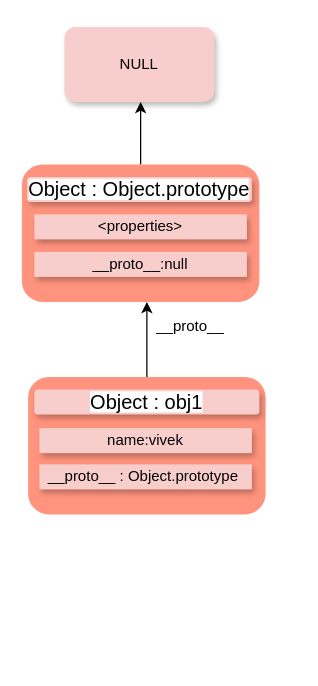
isVivek99/vivek-lokhande-sites keeps this draw.io diagram as Untitled Diagram.drawio. Above is the earlier version. Source tidied: cells renumbered, new cells numbered last; positions are measured from the earlier drawing's top-left corner, leaving out a move shared by most shapes. Both pictures are drawn from the tidied source at 125%, with x=0, y=0 at pixel (21, 26).
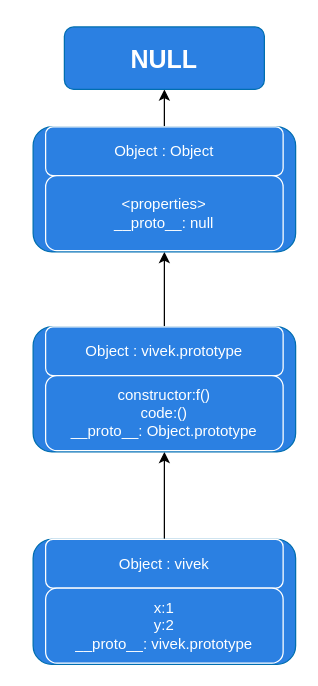
Above is the later version.

What changed in the source:
```diff
@@
 <mxGraphModel>
   <root>
     <mxCell id="0" />
     <mxCell id="1" parent="0" />
-    <mxCell id="2" style="edgeStyle=orthogonalEdgeStyle;rounded=0;jettySize=auto;html=1;" parent="1" edge="1" source="3">
-      <mxGeometry relative="1" as="geometry">
-        <mxPoint x="100" y="220" as="targetPoint" />
-      </mxGeometry>
-    </mxCell>
-    <mxCell id="3" style="rounded=1;whiteSpace=wrap;html=1;fillColor=#FF937D;strokeColor=none;" parent="1" vertex="1">
-      <mxGeometry x="5" y="280" width="190" height="110" as="geometry" />
-    </mxCell>
-    <mxCell id="4" value="&lt;font style=&quot;font-size: 16px ; background-color: rgb(255 , 255 , 255)&quot;&gt;Object : obj1&lt;/font&gt;" style="text;html=1;fillColor=#f8cecc;align=center;verticalAlign=middle;whiteSpace=wrap;rounded=1;shadow=1;glass=0;sketch=0;" parent="1" vertex="1">
-      <mxGeometry x="10" y="290" width="180" height="20" as="geometry" />
-    </mxCell>
-    <mxCell id="5" value="name:vivek" style="text;html=1;align=center;verticalAlign=middle;whiteSpace=wrap;rounded=0;shadow=1;glass=0;sketch=0;fillColor=#F8CECC;" parent="1" vertex="1">
-      <mxGeometry x="14" y="321" width="170" height="20" as="geometry" />
-    </mxCell>
-    <mxCell id="6" value="__proto__ : Object.prototype&amp;nbsp;" style="text;html=1;align=center;verticalAlign=middle;whiteSpace=wrap;rounded=0;shadow=1;glass=0;sketch=0;fillColor=#F8CECC;" parent="1" vertex="1">
-      <mxGeometry x="14" y="350" width="170" height="20" as="geometry" />
-    </mxCell>
-    <mxCell id="7" value="__proto__" style="text;html=1;strokeColor=none;fillColor=none;align=center;verticalAlign=middle;whiteSpace=wrap;rounded=0;shadow=1;glass=0;sketch=0;" parent="1" vertex="1">
-      <mxGeometry x="115" y="230" width="40" height="20" as="geometry" />
-    </mxCell>
-    <mxCell id="8" style="edgeStyle=orthogonalEdgeStyle;rounded=0;jettySize=auto;html=1;exitX=0.5;exitY=0;exitDx=0;exitDy=0;" parent="1" edge="1" source="9">
-      <mxGeometry relative="1" as="geometry">
-        <mxPoint x="95" y="60" as="targetPoint" />
-      </mxGeometry>
-    </mxCell>
-    <mxCell id="9" style="rounded=1;whiteSpace=wrap;html=1;fillColor=#FF937D;strokeColor=none;" parent="1" vertex="1">
-      <mxGeometry y="110" width="190" height="110" as="geometry" />
-    </mxCell>
-    <mxCell id="10" value="&lt;font style=&quot;font-size: 16px ; background-color: rgb(255 , 255 , 255)&quot;&gt;Object : Object.prototype&lt;/font&gt;" style="text;html=1;align=center;verticalAlign=middle;whiteSpace=wrap;rounded=1;shadow=1;glass=0;sketch=0;fillColor=#F8CECC;" parent="1" vertex="1">
-      <mxGeometry x="4" y="120" width="180" height="20" as="geometry" />
-    </mxCell>
-    <mxCell id="11" value="&amp;lt;properties&amp;gt;" style="text;html=1;align=center;verticalAlign=middle;whiteSpace=wrap;rounded=0;shadow=1;glass=0;sketch=0;fillColor=#F8CECC;" parent="1" vertex="1">
-      <mxGeometry x="10" y="150" width="170" height="20" as="geometry" />
-    </mxCell>
-    <mxCell id="12" value="__proto__:null" style="text;html=1;align=center;verticalAlign=middle;whiteSpace=wrap;rounded=0;shadow=1;glass=0;sketch=0;fillColor=#F8CECC;" parent="1" vertex="1">
-      <mxGeometry x="10" y="180" width="170" height="20" as="geometry" />
-    </mxCell>
+    <mxCell id="14" style="edgeStyle=orthogonalEdgeStyle;rounded=0;jettySize=auto;html=1;" parent="1" edge="1" source="15">
+      <mxGeometry relative="1" as="geometry">
+        <mxPoint x="114" y="340" as="targetPoint" />
+      </mxGeometry>
+    </mxCell>
+    <mxCell id="15" style="rounded=1;whiteSpace=wrap;html=1;strokeColor=#006EAF;fontColor=#ffffff;fillColor=#2B80E2;" parent="1" vertex="1">
+      <mxGeometry x="9" y="410" width="210" height="100" as="geometry" />
+    </mxCell>
+    <mxCell id="16" value="Object : vivek" style="rounded=1;whiteSpace=wrap;html=1;fontColor=#ffffff;fillColor=#2B80E2;strokeColor=#FFFFFF;" parent="1" vertex="1">
+      <mxGeometry x="19" y="410" width="190" height="39" as="geometry" />
+    </mxCell>
+    <mxCell id="17" value="&lt;font color=&quot;#ffffff&quot;&gt;x:1&lt;br&gt;y:2&lt;br&gt;__proto__: vivek.prototype&lt;/font&gt;" style="rounded=1;whiteSpace=wrap;html=1;strokeColor=#FFFFFF;fillColor=#2B80E2;gradientColor=none;" parent="1" vertex="1">
+      <mxGeometry x="19" y="449" width="190" height="60" as="geometry" />
+    </mxCell>
+    <mxCell id="18" style="edgeStyle=orthogonalEdgeStyle;rounded=0;jettySize=auto;html=1;" parent="1" edge="1" source="19">
+      <mxGeometry relative="1" as="geometry">
+        <mxPoint x="114" y="180" as="targetPoint" />
+      </mxGeometry>
+    </mxCell>
+    <mxCell id="19" style="rounded=1;whiteSpace=wrap;html=1;strokeColor=#006EAF;fontColor=#ffffff;fillColor=#2B80E2;" parent="1" vertex="1">
+      <mxGeometry x="9" y="240" width="210" height="100" as="geometry" />
+    </mxCell>
+    <mxCell id="20" value="Object : vivek.prototype" style="rounded=1;whiteSpace=wrap;html=1;fontColor=#ffffff;fillColor=#2B80E2;strokeColor=#FFFFFF;" parent="1" vertex="1">
+      <mxGeometry x="19" y="240" width="190" height="39" as="geometry" />
+    </mxCell>
+    <mxCell id="21" value="&lt;font color=&quot;#ffffff&quot;&gt;constructor:f()&lt;br&gt;code:()&lt;br&gt;__proto__: Object.prototype&lt;/font&gt;" style="rounded=1;whiteSpace=wrap;html=1;strokeColor=#FFFFFF;fillColor=#2B80E2;gradientColor=none;" parent="1" vertex="1">
+      <mxGeometry x="19" y="279" width="190" height="60" as="geometry" />
+    </mxCell>
+    <mxCell id="22" style="edgeStyle=orthogonalEdgeStyle;rounded=0;jettySize=auto;html=1;entryX=0.5;entryY=1;entryDx=0;entryDy=0;" parent="1" edge="1" source="23" target="13">
+      <mxGeometry relative="1" as="geometry" />
+    </mxCell>
+    <mxCell id="23" style="rounded=1;whiteSpace=wrap;html=1;strokeColor=#006EAF;fontColor=#ffffff;fillColor=#2B80E2;" parent="1" vertex="1">
+      <mxGeometry x="9" y="80" width="210" height="100" as="geometry" />
+    </mxCell>
+    <mxCell id="24" value="Object : Object" style="rounded=1;whiteSpace=wrap;html=1;fontColor=#ffffff;fillColor=#2B80E2;strokeColor=#FFFFFF;" parent="1" vertex="1">
+      <mxGeometry x="19" y="80" width="190" height="39" as="geometry" />
+    </mxCell>
+    <mxCell id="25" value="&lt;font color=&quot;#ffffff&quot;&gt;&amp;lt;properties&amp;gt;&lt;br&gt;__proto__: null&lt;/font&gt;" style="rounded=1;whiteSpace=wrap;html=1;strokeColor=#FFFFFF;fillColor=#2B80E2;gradientColor=none;" parent="1" vertex="1">
+      <mxGeometry x="19" y="119" width="190" height="60" as="geometry" />
+    </mxCell>
-    <mxCell id="13" value="NULL" style="rounded=1;whiteSpace=wrap;html=1;shadow=1;glass=0;sketch=0;fillColor=#f8cecc;strokeColor=none;" parent="1" vertex="1">
-      <mxGeometry x="34" width="120" height="60" as="geometry" />
+    <mxCell id="13" value="&lt;b&gt;&lt;font style=&quot;font-size: 20px&quot;&gt;NULL&lt;/font&gt;&lt;/b&gt;" style="rounded=1;whiteSpace=wrap;html=1;strokeColor=#006EAF;fontColor=#ffffff;fillColor=#2B80E2;" parent="1" vertex="1">
+      <mxGeometry x="34" width="160" height="50" as="geometry" />
     </mxCell>
   </root>
 </mxGraphModel>
```
